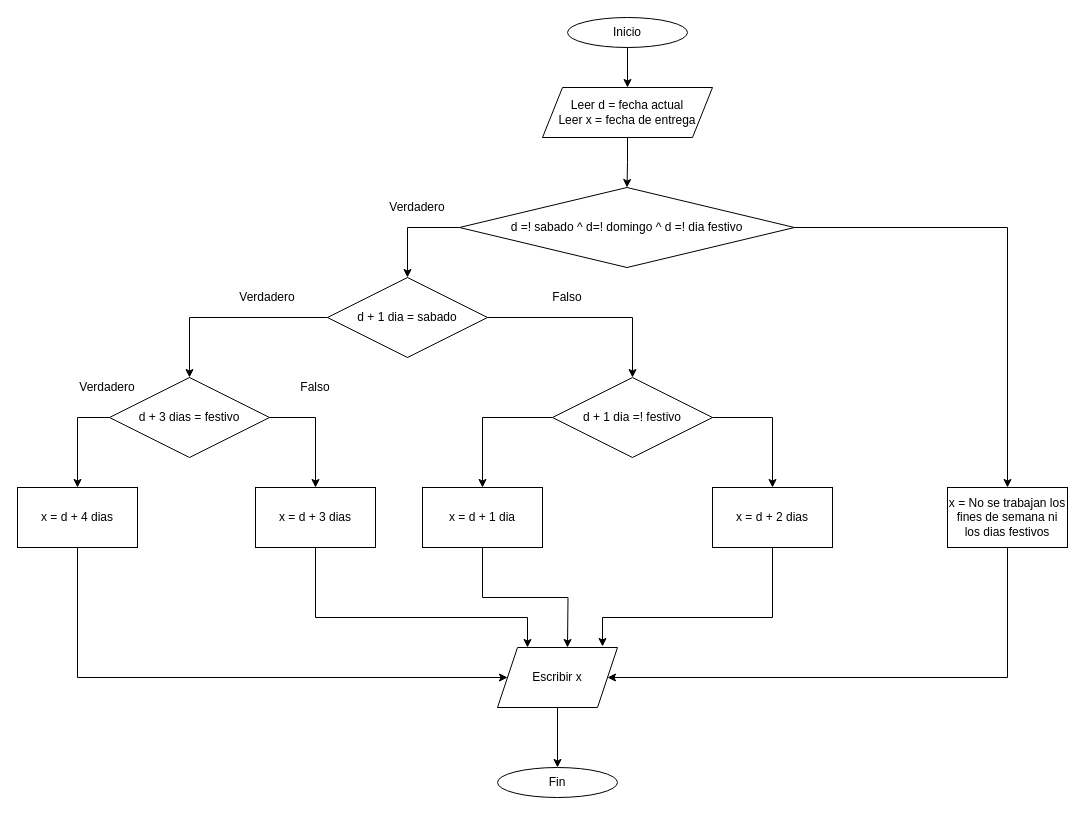
The draw.io diagram Untitled Diagram.drawio in Roldan0194/RoldanPCLab, before the edit. Source tidied: cells renumbered, new cells numbered last; positions are measured from the earlier drawing's top-left corner, leaving out a move shared by most shapes. Both pictures are drawn from the tidied source at 100%, with x=0, y=0 at pixel (17, 17).
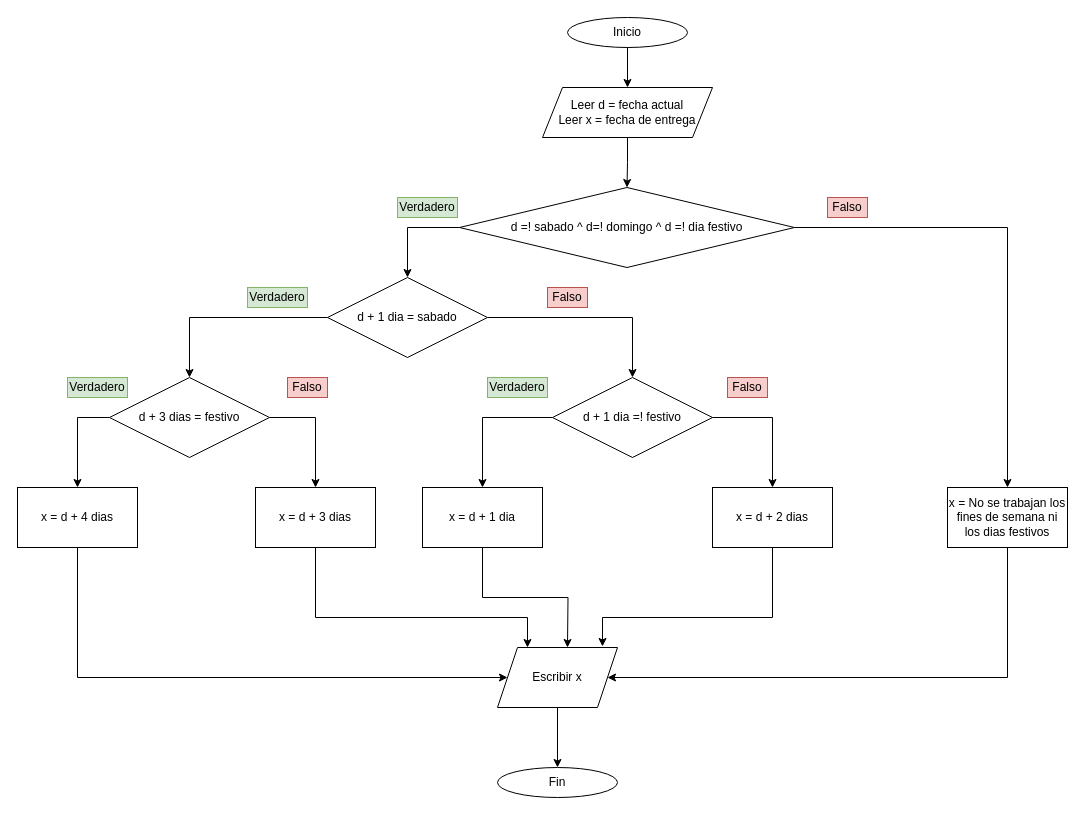
Above is the later version.

The edit, as a diff of the source:
```diff
@@
-    <mxCell id="12" value="Verdadero" style="text;html=1;strokeColor=none;fillColor=none;align=center;verticalAlign=middle;whiteSpace=wrap;rounded=0;" parent="1" vertex="1">
-      <mxGeometry x="380" y="180" width="40" height="20" as="geometry" />
+    <mxCell id="12" value="Verdadero" style="text;html=1;strokeColor=#82b366;fillColor=#d5e8d4;align=center;verticalAlign=middle;whiteSpace=wrap;rounded=0;" parent="1" vertex="1">
+      <mxGeometry x="380" y="180" width="60" height="20" as="geometry" />
     </mxCell>
@@
-    <mxCell id="20" value="Verdadero" style="text;html=1;strokeColor=none;fillColor=none;align=center;verticalAlign=middle;whiteSpace=wrap;rounded=0;" parent="1" vertex="1">
-      <mxGeometry x="230" y="270" width="40" height="20" as="geometry" />
+    <mxCell id="20" value="Verdadero" style="text;html=1;strokeColor=#82b366;fillColor=#d5e8d4;align=center;verticalAlign=middle;whiteSpace=wrap;rounded=0;" parent="1" vertex="1">
+      <mxGeometry x="230" y="270" width="60" height="20" as="geometry" />
     </mxCell>
-    <mxCell id="21" value="Verdadero" style="text;html=1;strokeColor=none;fillColor=none;align=center;verticalAlign=middle;whiteSpace=wrap;rounded=0;" parent="1" vertex="1">
-      <mxGeometry x="70" y="360" width="40" height="20" as="geometry" />
+    <mxCell id="21" value="Verdadero" style="text;html=1;strokeColor=#82b366;fillColor=#d5e8d4;align=center;verticalAlign=middle;whiteSpace=wrap;rounded=0;" parent="1" vertex="1">
+      <mxGeometry x="50" y="360" width="60" height="20" as="geometry" />
     </mxCell>
@@
-    <mxCell id="25" value="Falso" style="text;html=1;strokeColor=none;fillColor=none;align=center;verticalAlign=middle;whiteSpace=wrap;rounded=0;" parent="1" vertex="1">
+    <mxCell id="25" value="Falso" style="text;html=1;strokeColor=#b85450;fillColor=#f8cecc;align=center;verticalAlign=middle;whiteSpace=wrap;rounded=0;" parent="1" vertex="1">
       <mxGeometry x="530" y="270" width="40" height="20" as="geometry" />
     </mxCell>
-    <mxCell id="26" value="Falso" style="text;html=1;strokeColor=none;fillColor=none;align=center;verticalAlign=middle;whiteSpace=wrap;rounded=0;" parent="1" vertex="1">
-      <mxGeometry x="278" y="360" width="40" height="20" as="geometry" />
+    <mxCell id="26" value="Falso" style="text;html=1;strokeColor=#b85450;fillColor=#f8cecc;align=center;verticalAlign=middle;whiteSpace=wrap;rounded=0;" parent="1" vertex="1">
+      <mxGeometry x="270" y="360" width="40" height="20" as="geometry" />
     </mxCell>
@@
+    <mxCell id="36" value="Verdadero" style="text;html=1;strokeColor=#82b366;fillColor=#d5e8d4;align=center;verticalAlign=middle;whiteSpace=wrap;rounded=0;" parent="1" vertex="1">
+      <mxGeometry x="470" y="360" width="60" height="20" as="geometry" />
+    </mxCell>
+    <mxCell id="37" value="Falso" style="text;html=1;strokeColor=#b85450;fillColor=#f8cecc;align=center;verticalAlign=middle;whiteSpace=wrap;rounded=0;" parent="1" vertex="1">
+      <mxGeometry x="710" y="360" width="40" height="20" as="geometry" />
+    </mxCell>
+    <mxCell id="38" value="Falso" style="text;html=1;strokeColor=#b85450;fillColor=#f8cecc;align=center;verticalAlign=middle;whiteSpace=wrap;rounded=0;" parent="1" vertex="1">
+      <mxGeometry x="810" y="180" width="40" height="20" as="geometry" />
+    </mxCell>
```
